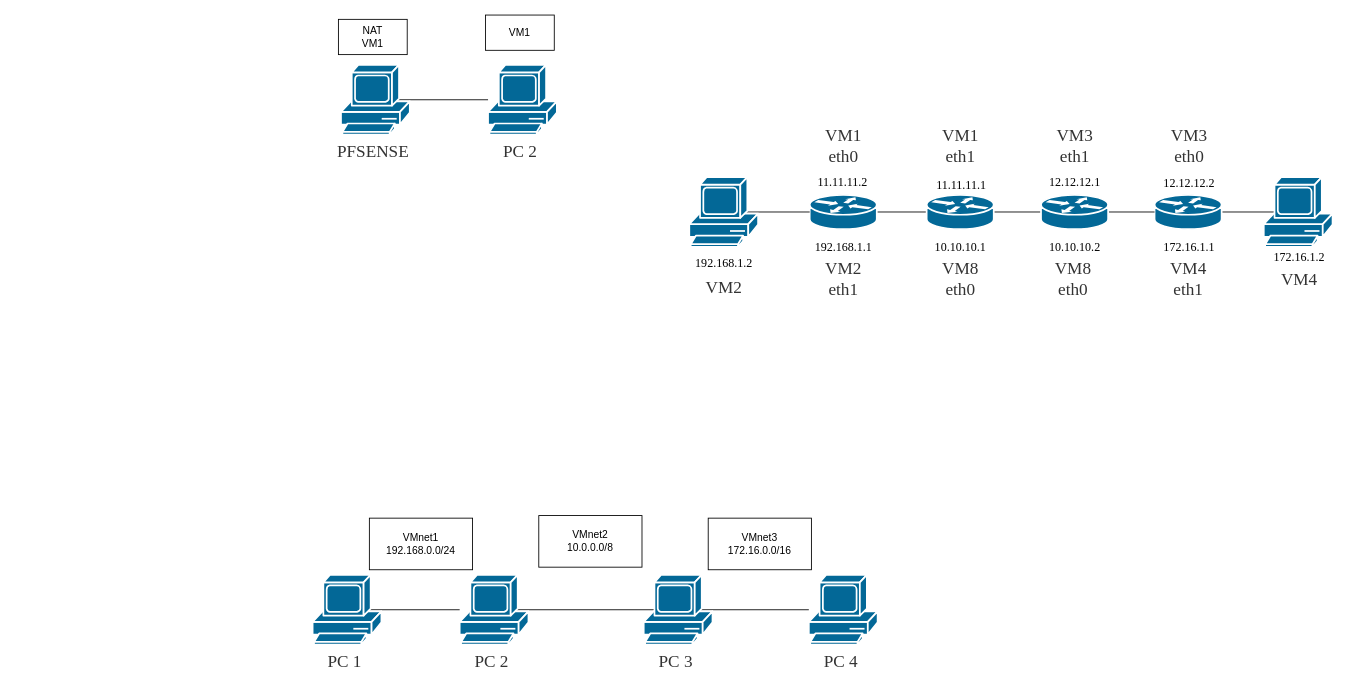
Above: page "DLP" (5 of 6) of Untitled Diagram.drawio in knorke102/schemes (draw.io), before the change. Source tidied: cells renumbered, new cells numbered last; positions are measured from the earlier drawing's top-left corner, leaving out a move shared by most shapes. Both pictures are drawn from the tidied source at 86%, with x=0, y=0 at pixel (312, 15).
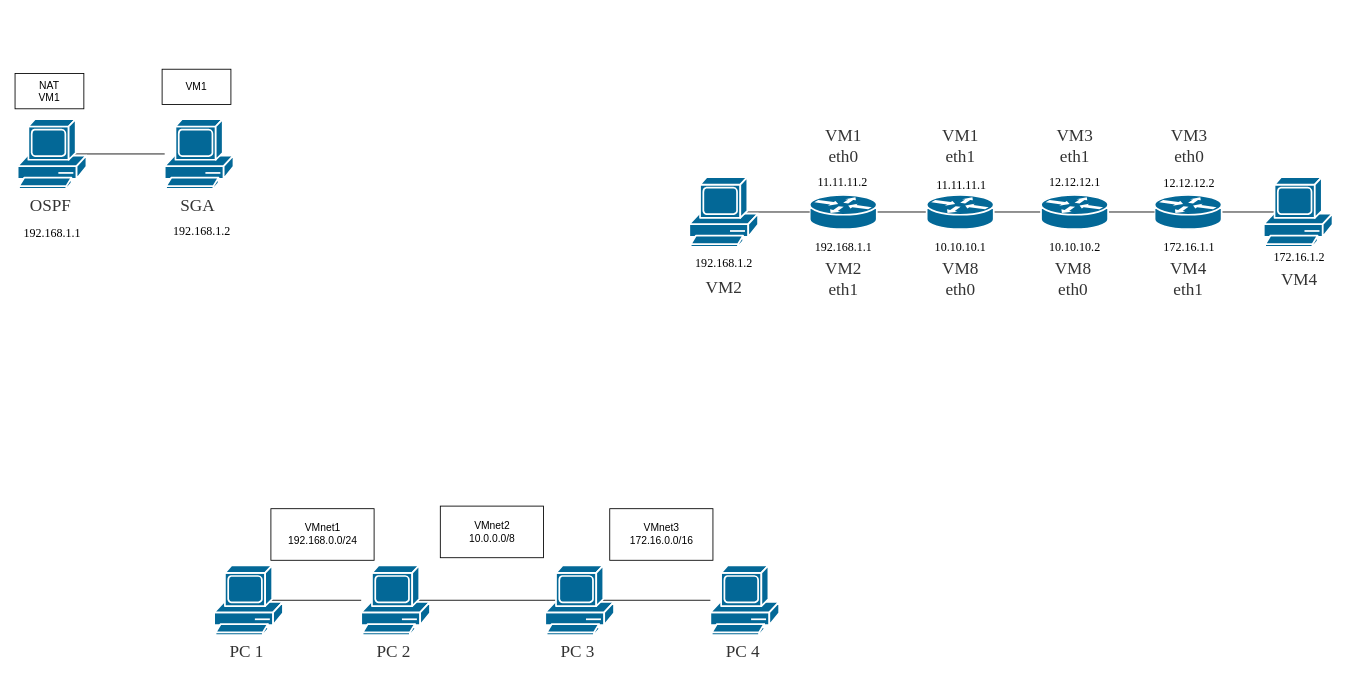
Above is the later version.

What changed in the source:
```diff
@@
     <mxCell id="3" style="shape=mxgraph.cisco.computers_and_peripherals.pc;html=1;dashed=0;fillColor=#036897;strokeColor=#ffffff;strokeWidth=2;verticalLabelPosition=bottom;verticalAlign=top;align=center;outlineConnect=0;rounded=0;" parent="1" vertex="1">
-      <mxGeometry y="651" width="80" height="81" as="geometry" />
+      <mxGeometry x="-114.5" y="640" width="80" height="81" as="geometry" />
     </mxCell>
     <mxCell id="4" value="&lt;font color=&quot;#333333&quot;&gt;&lt;span style=&quot;background-color: rgb(255, 255, 255);&quot;&gt;PC 1&lt;/span&gt;&lt;/font&gt;" style="text;html=1;align=center;verticalAlign=middle;strokeColor=none;fillColor=none;fontFamily=Times New Roman;fontSize=20;rounded=0;" parent="1" vertex="1">
-      <mxGeometry x="8.5" y="732" width="57" height="36" as="geometry" />
+      <mxGeometry x="-106" y="721" width="57" height="36" as="geometry" />
     </mxCell>
@@
     <mxCell id="6" style="shape=mxgraph.cisco.computers_and_peripherals.pc;html=1;dashed=0;fillColor=#036897;strokeColor=#ffffff;strokeWidth=2;verticalLabelPosition=bottom;verticalAlign=top;align=center;outlineConnect=0;rounded=0;" parent="1" vertex="1">
-      <mxGeometry x="171" y="651" width="80" height="81" as="geometry" />
+      <mxGeometry x="56.5" y="640" width="80" height="81" as="geometry" />
     </mxCell>
     <mxCell id="7" value="&lt;font color=&quot;#333333&quot;&gt;&lt;span style=&quot;background-color: rgb(255, 255, 255);&quot;&gt;PC 2&lt;/span&gt;&lt;/font&gt;" style="text;html=1;align=center;verticalAlign=middle;strokeColor=none;fillColor=none;fontFamily=Times New Roman;fontSize=20;rounded=0;" parent="1" vertex="1">
-      <mxGeometry x="179.5" y="732" width="57" height="36" as="geometry" />
+      <mxGeometry x="65" y="721" width="57" height="36" as="geometry" />
     </mxCell>
@@
     <mxCell id="9" style="shape=mxgraph.cisco.computers_and_peripherals.pc;html=1;dashed=0;fillColor=#036897;strokeColor=#ffffff;strokeWidth=2;verticalLabelPosition=bottom;verticalAlign=top;align=center;outlineConnect=0;rounded=0;" parent="1" vertex="1">
-      <mxGeometry x="385" y="651" width="80" height="81" as="geometry" />
+      <mxGeometry x="270.5" y="640" width="80" height="81" as="geometry" />
     </mxCell>
     <mxCell id="10" value="&lt;font color=&quot;#333333&quot;&gt;&lt;span style=&quot;background-color: rgb(255, 255, 255);&quot;&gt;PC 3&lt;/span&gt;&lt;/font&gt;" style="text;html=1;align=center;verticalAlign=middle;strokeColor=none;fillColor=none;fontFamily=Times New Roman;fontSize=20;rounded=0;" parent="1" vertex="1">
-      <mxGeometry x="393.5" y="732" width="57" height="36" as="geometry" />
+      <mxGeometry x="279" y="721" width="57" height="36" as="geometry" />
     </mxCell>
     <mxCell id="11" style="shape=mxgraph.cisco.computers_and_peripherals.pc;html=1;dashed=0;fillColor=#036897;strokeColor=#ffffff;strokeWidth=2;verticalLabelPosition=bottom;verticalAlign=top;align=center;outlineConnect=0;rounded=0;" parent="1" vertex="1">
-      <mxGeometry x="577" y="651" width="80" height="81" as="geometry" />
+      <mxGeometry x="462.5" y="640" width="80" height="81" as="geometry" />
     </mxCell>
     <mxCell id="12" value="&lt;font color=&quot;#333333&quot;&gt;&lt;span style=&quot;background-color: rgb(255, 255, 255);&quot;&gt;PC 4&lt;/span&gt;&lt;/font&gt;" style="text;html=1;align=center;verticalAlign=middle;strokeColor=none;fillColor=none;fontFamily=Times New Roman;fontSize=20;rounded=0;" parent="1" vertex="1">
-      <mxGeometry x="585.5" y="732" width="57" height="36" as="geometry" />
+      <mxGeometry x="471" y="721" width="57" height="36" as="geometry" />
     </mxCell>
     <mxCell id="13" value="VMnet1&lt;br&gt;192.168.0.0/24" style="rounded=0;whiteSpace=wrap;html=1;" parent="1" vertex="1">
-      <mxGeometry x="66" y="585" width="120" height="60" as="geometry" />
+      <mxGeometry x="-48.5" y="574" width="120" height="60" as="geometry" />
     </mxCell>
     <mxCell id="14" value="VMnet3&lt;br&gt;172.16.0.0/16" style="rounded=0;whiteSpace=wrap;html=1;" parent="1" vertex="1">
-      <mxGeometry x="460" y="585" width="120" height="60" as="geometry" />
+      <mxGeometry x="345.5" y="574" width="120" height="60" as="geometry" />
     </mxCell>
     <mxCell id="15" value="VMnet2&lt;br&gt;10.0.0.0/8" style="rounded=0;whiteSpace=wrap;html=1;" parent="1" vertex="1">
-      <mxGeometry x="263" y="582" width="120" height="60" as="geometry" />
+      <mxGeometry x="148.5" y="571" width="120" height="60" as="geometry" />
     </mxCell>
@@
     <mxCell id="17" style="shape=mxgraph.cisco.computers_and_peripherals.pc;html=1;dashed=0;fillColor=#036897;strokeColor=#ffffff;strokeWidth=2;verticalLabelPosition=bottom;verticalAlign=top;align=center;outlineConnect=0;rounded=0;" parent="1" vertex="1">
-      <mxGeometry x="33" y="58" width="80" height="81" as="geometry" />
+      <mxGeometry x="-343" y="121" width="80" height="81" as="geometry" />
     </mxCell>
-    <mxCell id="18" value="&lt;font color=&quot;#333333&quot;&gt;&lt;span style=&quot;background-color: rgb(255, 255, 255);&quot;&gt;PFSENSE&lt;/span&gt;&lt;/font&gt;" style="text;html=1;align=center;verticalAlign=middle;strokeColor=none;fillColor=none;fontFamily=Times New Roman;fontSize=20;rounded=0;" parent="1" vertex="1">
-      <mxGeometry x="19.5" y="139" width="101" height="36" as="geometry" />
+    <mxCell id="18" value="&lt;font color=&quot;#333333&quot;&gt;&lt;span style=&quot;background-color: rgb(255, 255, 255);&quot;&gt;OSPF&lt;/span&gt;&lt;/font&gt;" style="text;html=1;align=center;verticalAlign=middle;strokeColor=none;fillColor=none;fontFamily=Times New Roman;fontSize=20;rounded=0;" parent="1" vertex="1">
+      <mxGeometry x="-338.5" y="202" width="66" height="36" as="geometry" />
     </mxCell>
     <mxCell id="19" style="shape=mxgraph.cisco.computers_and_peripherals.pc;html=1;dashed=0;fillColor=#036897;strokeColor=#ffffff;strokeWidth=2;verticalLabelPosition=bottom;verticalAlign=top;align=center;outlineConnect=0;rounded=0;" parent="1" vertex="1">
-      <mxGeometry x="204" y="58" width="80" height="81" as="geometry" />
+      <mxGeometry x="-172" y="121" width="80" height="81" as="geometry" />
     </mxCell>
-    <mxCell id="20" value="&lt;font color=&quot;#333333&quot;&gt;&lt;span style=&quot;background-color: rgb(255, 255, 255);&quot;&gt;PC 2&lt;/span&gt;&lt;/font&gt;" style="text;html=1;align=center;verticalAlign=middle;strokeColor=none;fillColor=none;fontFamily=Times New Roman;fontSize=20;rounded=0;" parent="1" vertex="1">
-      <mxGeometry x="212.5" y="139" width="57" height="36" as="geometry" />
+    <mxCell id="20" value="&lt;font color=&quot;#333333&quot;&gt;&lt;span style=&quot;background-color: rgb(255, 255, 255);&quot;&gt;SGA&lt;/span&gt;&lt;/font&gt;" style="text;html=1;align=center;verticalAlign=middle;strokeColor=none;fillColor=none;fontFamily=Times New Roman;fontSize=20;rounded=0;" parent="1" vertex="1">
+      <mxGeometry x="-163.5" y="202" width="58" height="36" as="geometry" />
     </mxCell>
     <mxCell id="21" value="NAT&lt;br&gt;VM1" style="rounded=0;whiteSpace=wrap;html=1;" parent="1" vertex="1">
-      <mxGeometry x="30" y="5" width="80" height="41" as="geometry" />
+      <mxGeometry x="-346" y="68" width="80" height="41" as="geometry" />
     </mxCell>
     <mxCell id="22" value="VM1" style="rounded=0;whiteSpace=wrap;html=1;" parent="1" vertex="1">
-      <mxGeometry x="201" width="80" height="41" as="geometry" />
+      <mxGeometry x="-175" y="63" width="80" height="41" as="geometry" />
     </mxCell>
@@
+    <mxCell id="54" value="&lt;font style=&quot;font-size: 14px;&quot;&gt;192.168.1.1&lt;/font&gt;" style="text;html=1;align=center;verticalAlign=middle;strokeColor=none;fillColor=none;fontFamily=Times New Roman;fontSize=20;rounded=0;" parent="1" vertex="1">
+      <mxGeometry x="-346" y="232" width="85" height="36" as="geometry" />
+    </mxCell>
+    <mxCell id="55" value="&lt;font style=&quot;font-size: 14px;&quot;&gt;192.168.1.2&lt;/font&gt;" style="text;html=1;align=center;verticalAlign=middle;strokeColor=none;fillColor=none;fontFamily=Times New Roman;fontSize=20;rounded=0;" parent="1" vertex="1">
+      <mxGeometry x="-172" y="230" width="85" height="36" as="geometry" />
+    </mxCell>
```
